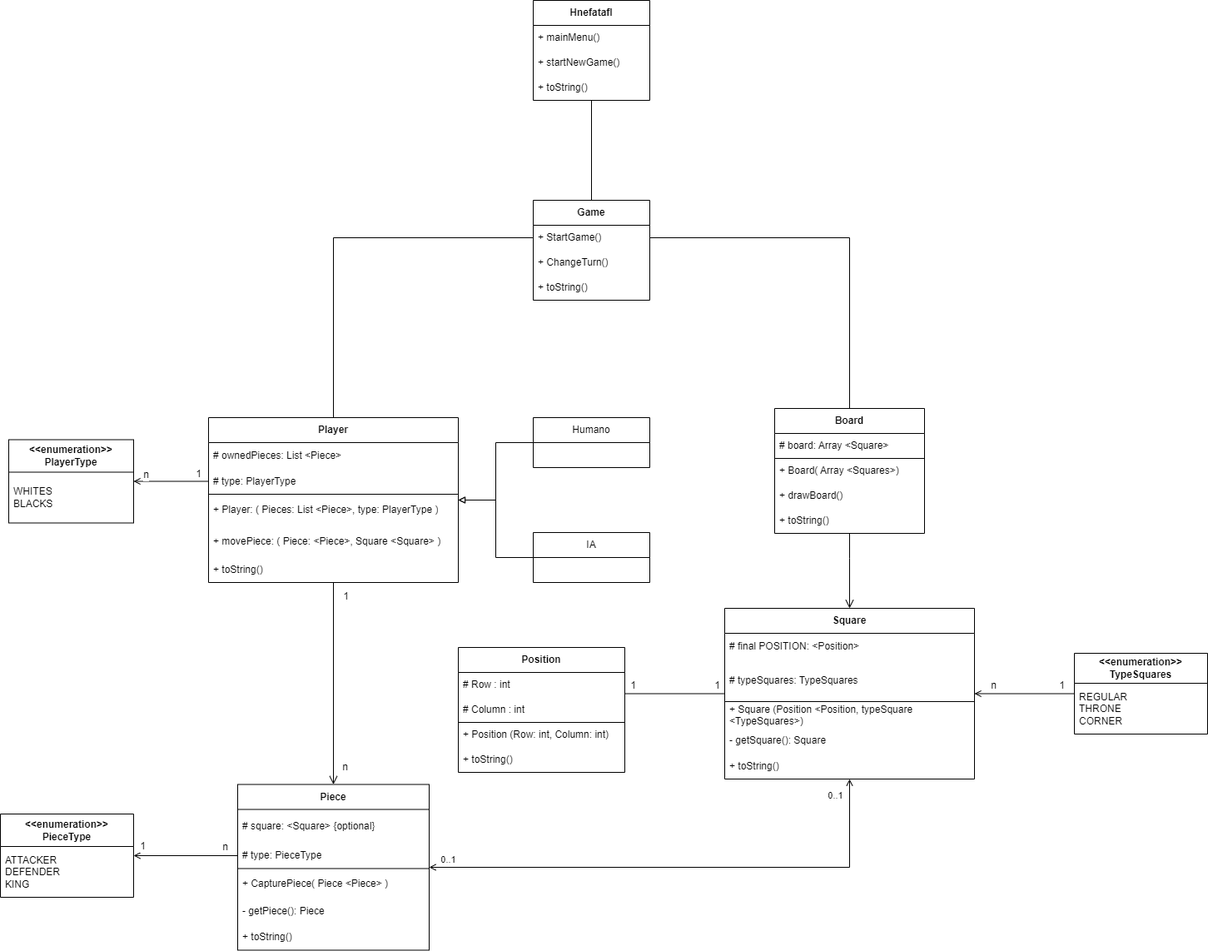
jvazmor497/Hnefatafl keeps this draw.io diagram as diagrams/ClassDiagram.drawio.png. Above is the earlier version. Source tidied: cells renumbered, new cells last; positions are measured from the earlier drawing's top-left corner, leaving out a move shared by most shapes.
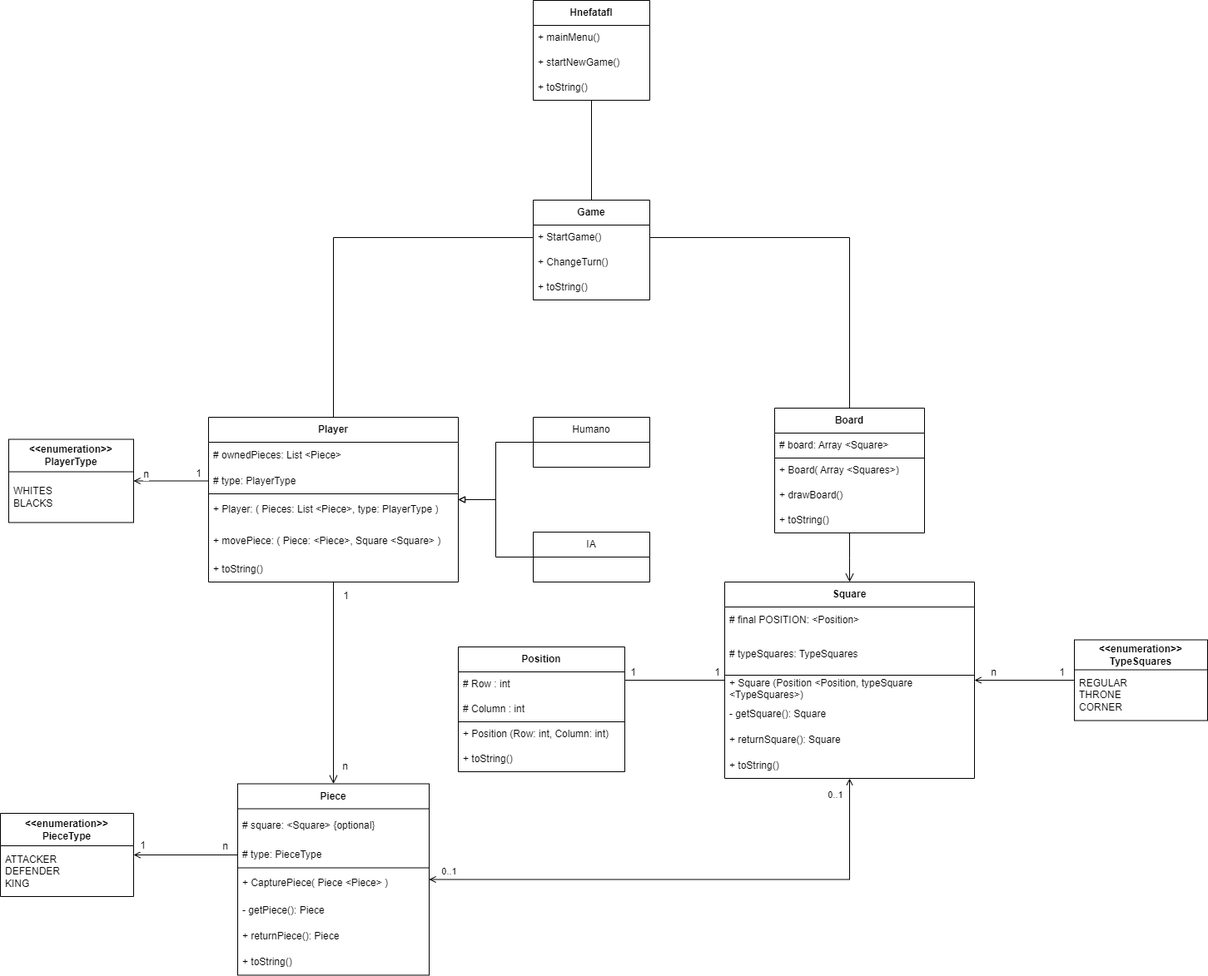
The same file after the commit.

What changed in the source:
```diff
@@ -68,7 +68,7 @@
       </mxGeometry>
     </mxCell>
     <mxCell id="18" value="&lt;b&gt;Piece&lt;/b&gt;" style="swimlane;fontStyle=0;horizontal=1;startSize=30;whiteSpace=wrap;html=1;" parent="1" vertex="1">
-      <mxGeometry x="285" y="941.5" width="230" height="199" as="geometry" />
+      <mxGeometry x="285" y="941.5" width="230" height="230" as="geometry" />
     </mxCell>
     <mxCell id="19" value="# square: &amp;lt;Square&amp;gt; {optional}" style="text;strokeColor=none;fillColor=none;align=left;verticalAlign=middle;spacingLeft=4;spacingRight=4;overflow=hidden;whiteSpace=wrap;html=1;" parent="18" vertex="1">
       <mxGeometry y="30" width="230" height="40" as="geometry" />
@@ -82,8 +82,11 @@
     <mxCell id="22" value="- getPiece(): Piece" style="text;strokeColor=none;fillColor=none;align=left;verticalAlign=middle;spacingLeft=4;spacingRight=4;overflow=hidden;whiteSpace=wrap;html=1;" parent="18" vertex="1">
       <mxGeometry y="137" width="230" height="31" as="geometry" />
     </mxCell>
+    <mxCell id="75" value="+ returnPiece(): Piece" style="text;strokeColor=none;fillColor=none;align=left;verticalAlign=middle;spacingLeft=4;spacingRight=4;overflow=hidden;whiteSpace=wrap;html=1;" parent="18" vertex="1">
+      <mxGeometry y="168" width="230" height="31" as="geometry" />
+    </mxCell>
     <mxCell id="23" value="+ toString()" style="text;strokeColor=none;fillColor=none;align=left;verticalAlign=middle;spacingLeft=4;spacingRight=4;overflow=hidden;whiteSpace=wrap;html=1;" parent="18" vertex="1">
-      <mxGeometry y="168" width="230" height="31" as="geometry" />
+      <mxGeometry y="199" width="230" height="31" as="geometry" />
     </mxCell>
     <mxCell id="24" style="endArrow=none;html=1;rounded=0;fontFamily=Helvetica;fontSize=12;fontColor=default;entryX=1;entryY=0;entryDx=0;entryDy=0;entryPerimeter=0;exitX=0;exitY=0;exitDx=0;exitDy=0;exitPerimeter=0;" parent="18" edge="1" source="21" target="21">
       <mxGeometry relative="1" as="geometry" />
@@ -143,7 +146,7 @@
       <mxGeometry y="90" width="140" height="30" as="geometry" />
     </mxCell>
     <mxCell id="40" value="&lt;b&gt;Square&lt;/b&gt;" style="swimlane;fontStyle=0;horizontal=1;startSize=30;whiteSpace=wrap;html=1;points=[[0,0,0,0,0],[0,0.25,0,0,0],[0,0.5,0,0,0],[0,0.75,0,0,0],[0,1,0,0,0],[0.25,0,0,0,0],[0.25,1,0,0,0],[0.5,0,0,0,0],[0.5,1,0,0,0],[0.75,0,0,0,0],[0.75,1,0,0,0],[1,0,0,0,0],[1,0.25,0,0,0],[1,0.5,0,0,0],[1,0.75,0,0,0],[1,1,0,0,0]];" parent="1" vertex="1">
-      <mxGeometry x="870" y="730" width="300" height="205" as="geometry" />
+      <mxGeometry x="870" y="699" width="300" height="236" as="geometry" />
     </mxCell>
     <mxCell id="41" value="# final POSITION: &amp;lt;Position&amp;gt;" style="text;strokeColor=none;fillColor=none;align=left;verticalAlign=middle;spacingLeft=4;spacingRight=4;overflow=hidden;whiteSpace=wrap;html=1;" parent="40" vertex="1">
       <mxGeometry y="30" width="300" height="31" as="geometry" />
@@ -160,8 +163,11 @@
     <mxCell id="45" value="- getSquare(): Square" style="text;strokeColor=none;fillColor=none;align=left;verticalAlign=middle;spacingLeft=4;spacingRight=4;overflow=hidden;whiteSpace=wrap;html=1;" parent="40" vertex="1">
       <mxGeometry y="143" width="300" height="31" as="geometry" />
     </mxCell>
+    <mxCell id="76" value="+ returnSquare(): Square" style="text;strokeColor=none;fillColor=none;align=left;verticalAlign=middle;spacingLeft=4;spacingRight=4;overflow=hidden;whiteSpace=wrap;html=1;" parent="40" vertex="1">
+      <mxGeometry y="174" width="300" height="31" as="geometry" />
+    </mxCell>
     <mxCell id="46" value="+ toString()" style="text;strokeColor=none;fillColor=none;align=left;verticalAlign=middle;spacingLeft=4;spacingRight=4;overflow=hidden;whiteSpace=wrap;html=1;" parent="40" vertex="1">
-      <mxGeometry y="174" width="300" height="31" as="geometry" />
+      <mxGeometry y="205" width="300" height="31" as="geometry" />
     </mxCell>
     <mxCell id="47" value="&lt;b&gt;Position&lt;/b&gt;" style="swimlane;fontStyle=0;horizontal=1;startSize=30;whiteSpace=wrap;html=1;" parent="1" vertex="1">
       <mxGeometry x="550" y="777" width="200" height="150" as="geometry" />
@@ -208,7 +214,7 @@
       </mxGeometry>
     </mxCell>
     <mxCell id="59" value="&lt;b&gt;&amp;lt;&amp;lt;enumeration&amp;gt;&amp;gt; TypeSquares&lt;/b&gt;" style="swimlane;fontStyle=0;horizontal=1;startSize=36;whiteSpace=wrap;html=1;" parent="1" vertex="1">
-      <mxGeometry x="1290" y="784" width="160" height="97" as="geometry" />
+      <mxGeometry x="1290" y="768.5" width="160" height="97" as="geometry" />
     </mxCell>
     <mxCell id="60" value="&lt;div&gt;REGULAR&lt;/div&gt;&lt;div&gt;THRONE&lt;/div&gt;&lt;div&gt;CORNER&lt;/div&gt;" style="text;strokeColor=none;fillColor=none;align=left;verticalAlign=middle;spacingLeft=4;spacingRight=4;overflow=hidden;whiteSpace=wrap;html=1;" parent="59" vertex="1">
       <mxGeometry y="36" width="160" height="61" as="geometry" />
```
